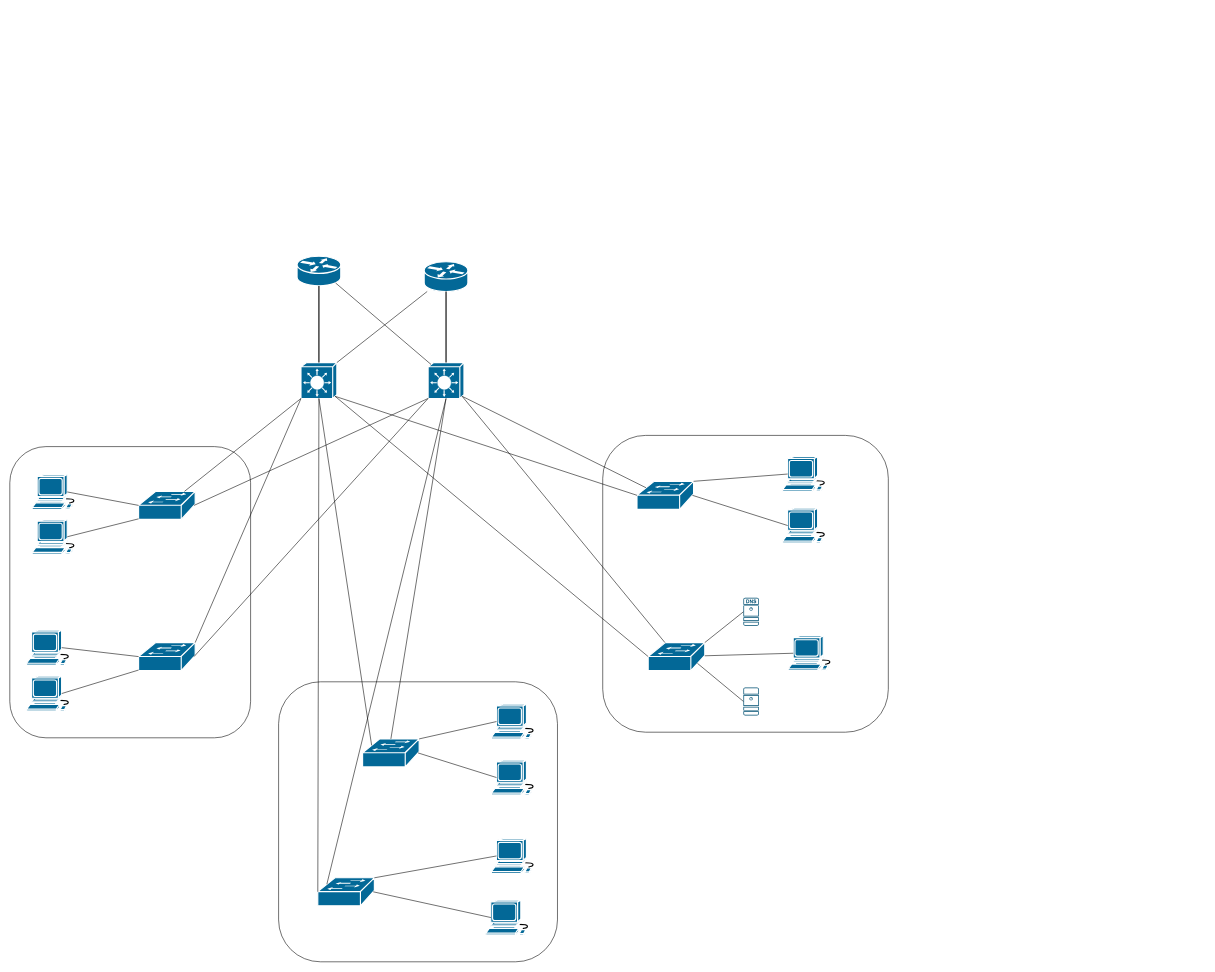
fueller-max/drawio keeps this draw.io diagram as FinalProjectNetwork.drawio. Above is the earlier version. Source tidied: cells renumbered, new cells numbered last; positions are measured from the earlier drawing's top-left corner, leaving out a move shared by most shapes. Both pictures are drawn from the tidied source at 56%, with x=0, y=0 at pixel (10, 256).
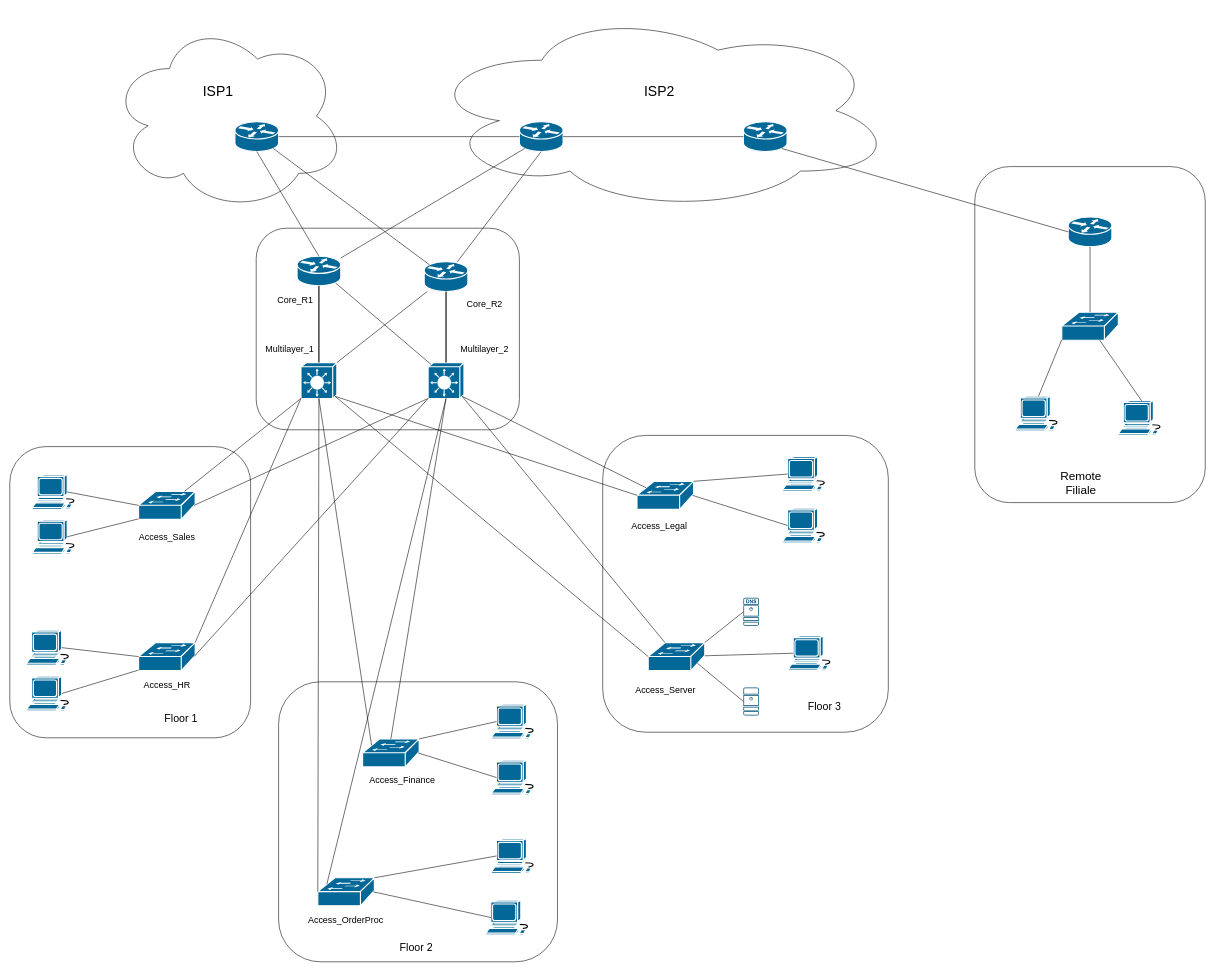
The same page after the edit.

The change refers to these unchanged cells:
```xml
<mxCell id="5" style="shape=mxgraph.cisco.routers.router;sketch=0;html=1;dashed=0;fillColor=#036897;strokeColor=#ffffff;strokeWidth=2;verticalLabelPosition=bottom;verticalAlign=top;align=center;outlineConnect=0;" parent="1" vertex="1">
  <mxGeometry x="513" width="78" height="53" as="geometry" />
</mxCell>
<mxCell id="6" style="shape=mxgraph.cisco.routers.router;sketch=0;html=1;dashed=0;fillColor=#036897;strokeColor=#ffffff;strokeWidth=2;verticalLabelPosition=bottom;verticalAlign=top;align=center;outlineConnect=0;" parent="1" vertex="1">
  <mxGeometry x="740" y="10" width="78" height="53" as="geometry" />
</mxCell>
```

Change to the diagram source:
```diff
@@
+    <mxCell id="57" style="rounded=1;whiteSpace=wrap;html=1;" parent="1" vertex="1">
+      <mxGeometry x="440" y="-50" width="470" height="360" as="geometry" />
+    </mxCell>
+    <mxCell id="58" style="rounded=1;whiteSpace=wrap;html=1;" parent="1" vertex="1">
+      <mxGeometry x="1723.2" y="-160" width="411.5" height="600" as="geometry" />
+    </mxCell>
+    <mxCell id="59" style="ellipse;shape=cloud;whiteSpace=wrap;html=1;" parent="1" vertex="1">
+      <mxGeometry x="740" y="-440" width="840" height="360" as="geometry" />
+    </mxCell>
+    <mxCell id="60" style="ellipse;shape=cloud;whiteSpace=wrap;html=1;" parent="1" vertex="1">
+      <mxGeometry x="180" y="-420" width="420" height="340" as="geometry" />
+    </mxCell>
@@
+    <mxCell id="61" style="shape=mxgraph.cisco.routers.router;sketch=0;html=1;dashed=0;fillColor=#036897;strokeColor=#ffffff;strokeWidth=2;verticalLabelPosition=bottom;verticalAlign=top;align=center;outlineConnect=0;" parent="1" vertex="1">
+      <mxGeometry x="1890" y="-70" width="78" height="53" as="geometry" />
+    </mxCell>
+    <mxCell id="62" style="shape=mxgraph.cisco.switches.workgroup_switch;sketch=0;html=1;dashed=0;fillColor=#036897;strokeColor=#ffffff;strokeWidth=2;verticalLabelPosition=bottom;verticalAlign=top;align=center;outlineConnect=0;" parent="1" vertex="1">
+      <mxGeometry x="1878.5" y="100" width="101" height="50" as="geometry" />
+    </mxCell>
+    <mxCell id="63" style="shape=mxgraph.cisco.computers_and_peripherals.workstation;sketch=0;html=1;dashed=0;fillColor=#036897;strokeColor=#ffffff;strokeWidth=2;verticalLabelPosition=bottom;verticalAlign=top;align=center;outlineConnect=0;" parent="1" vertex="1">
+      <mxGeometry x="1795.5" y="250" width="83" height="62" as="geometry" />
+    </mxCell>
+    <mxCell id="64" style="shape=mxgraph.cisco.computers_and_peripherals.workstation;sketch=0;html=1;dashed=0;fillColor=#036897;strokeColor=#ffffff;strokeWidth=2;verticalLabelPosition=bottom;verticalAlign=top;align=center;outlineConnect=0;" parent="1" vertex="1">
+      <mxGeometry x="1979.5" y="258" width="83" height="62" as="geometry" />
+    </mxCell>
+    <mxCell id="65" style="shape=mxgraph.cisco.routers.router;sketch=0;html=1;dashed=0;fillColor=#036897;strokeColor=#ffffff;strokeWidth=2;verticalLabelPosition=bottom;verticalAlign=top;align=center;outlineConnect=0;" parent="1" vertex="1">
+      <mxGeometry x="402" y="-240" width="78" height="53" as="geometry" />
+    </mxCell>
+    <mxCell id="66" style="shape=mxgraph.cisco.routers.router;sketch=0;html=1;dashed=0;fillColor=#036897;strokeColor=#ffffff;strokeWidth=2;verticalLabelPosition=bottom;verticalAlign=top;align=center;outlineConnect=0;" parent="1" vertex="1">
+      <mxGeometry x="910" y="-240" width="78" height="53" as="geometry" />
+    </mxCell>
+    <mxCell id="67" style="shape=mxgraph.cisco.routers.router;sketch=0;html=1;dashed=0;fillColor=#036897;strokeColor=#ffffff;strokeWidth=2;verticalLabelPosition=bottom;verticalAlign=top;align=center;outlineConnect=0;" parent="1" vertex="1">
+      <mxGeometry x="1310" y="-240" width="78" height="53" as="geometry" />
+    </mxCell>
+    <mxCell id="68" style="endArrow=none;html=1;rounded=0;entryX=0;entryY=0.5;entryDx=0;entryDy=0;entryPerimeter=0;exitX=1;exitY=0.5;exitDx=0;exitDy=0;exitPerimeter=0;" parent="1" edge="1" source="66" target="67">
+      <mxGeometry relative="1" as="geometry" />
+    </mxCell>
+    <mxCell id="69" style="endArrow=none;html=1;rounded=0;entryX=0.88;entryY=0.9;entryDx=0;entryDy=0;entryPerimeter=0;exitX=0;exitY=0.5;exitDx=0;exitDy=0;exitPerimeter=0;" parent="1" edge="1" source="61" target="67">
+      <mxGeometry relative="1" as="geometry" />
+    </mxCell>
+    <mxCell id="70" style="endArrow=none;html=1;rounded=0;entryX=0.5;entryY=1;entryDx=0;entryDy=0;entryPerimeter=0;" parent="1" edge="1" source="6" target="66">
+      <mxGeometry relative="1" as="geometry" />
+    </mxCell>
+    <mxCell id="71" style="endArrow=none;html=1;rounded=0;entryX=0.12;entryY=0.9;entryDx=0;entryDy=0;entryPerimeter=0;" parent="1" edge="1" source="5" target="66">
+      <mxGeometry relative="1" as="geometry" />
+    </mxCell>
+    <mxCell id="72" style="endArrow=none;html=1;rounded=0;entryX=0.88;entryY=0.9;entryDx=0;entryDy=0;entryPerimeter=0;exitX=0.12;exitY=0.1;exitDx=0;exitDy=0;exitPerimeter=0;" parent="1" edge="1" source="6" target="65">
+      <mxGeometry relative="1" as="geometry" />
+    </mxCell>
+    <mxCell id="73" style="endArrow=none;html=1;rounded=0;entryX=0.5;entryY=1;entryDx=0;entryDy=0;entryPerimeter=0;exitX=0.5;exitY=0;exitDx=0;exitDy=0;exitPerimeter=0;" parent="1" edge="1" source="5" target="65">
+      <mxGeometry relative="1" as="geometry" />
+    </mxCell>
+    <mxCell id="74" style="endArrow=none;html=1;rounded=0;entryX=0;entryY=0.5;entryDx=0;entryDy=0;entryPerimeter=0;exitX=1;exitY=0.5;exitDx=0;exitDy=0;exitPerimeter=0;" parent="1" edge="1" source="65" target="66">
+      <mxGeometry relative="1" as="geometry" />
+    </mxCell>
+    <mxCell id="75" value="&lt;font style=&quot;font-size: 25px;&quot;&gt;ISP1&lt;/font&gt;" style="text;html=1;align=center;verticalAlign=middle;whiteSpace=wrap;rounded=0;" parent="1" vertex="1">
+      <mxGeometry x="342" y="-310" width="60" height="30" as="geometry" />
+    </mxCell>
+    <mxCell id="76" value="&lt;font style=&quot;font-size: 25px;&quot;&gt;ISP2&lt;/font&gt;" style="text;html=1;align=center;verticalAlign=middle;whiteSpace=wrap;rounded=0;" parent="1" vertex="1">
+      <mxGeometry x="1130" y="-310" width="60" height="30" as="geometry" />
+    </mxCell>
+    <mxCell id="77" style="endArrow=none;html=1;rounded=0;entryX=0.5;entryY=1;entryDx=0;entryDy=0;entryPerimeter=0;exitX=0.5;exitY=0;exitDx=0;exitDy=0;exitPerimeter=0;" parent="1" edge="1" source="62" target="61">
+      <mxGeometry relative="1" as="geometry" />
+    </mxCell>
+    <mxCell id="78" style="endArrow=none;html=1;rounded=0;entryX=0;entryY=0.98;entryDx=0;entryDy=0;entryPerimeter=0;exitX=0.5;exitY=0;exitDx=0;exitDy=0;exitPerimeter=0;" parent="1" edge="1" source="63" target="62">
+      <mxGeometry relative="1" as="geometry" />
+    </mxCell>
+    <mxCell id="79" style="endArrow=none;html=1;rounded=0;exitX=0.5;exitY=0;exitDx=0;exitDy=0;exitPerimeter=0;" parent="1" edge="1" source="64" target="62">
+      <mxGeometry relative="1" as="geometry" />
+    </mxCell>
+    <mxCell id="80" value="&lt;font style=&quot;font-size: 16px;&quot;&gt;Core_R1&lt;/font&gt;" style="text;html=1;align=center;verticalAlign=middle;whiteSpace=wrap;rounded=0;strokeWidth=6;" parent="1" vertex="1">
+      <mxGeometry x="480" y="63" width="60" height="30" as="geometry" />
+    </mxCell>
+    <mxCell id="81" value="&lt;font style=&quot;font-size: 16px;&quot;&gt;Core_R2&lt;/font&gt;" style="text;html=1;align=center;verticalAlign=middle;whiteSpace=wrap;rounded=0;strokeWidth=6;" parent="1" vertex="1">
+      <mxGeometry x="818" y="70" width="60" height="30" as="geometry" />
+    </mxCell>
+    <mxCell id="82" value="&lt;span style=&quot;font-size: 16px;&quot;&gt;Multilayer_1&lt;/span&gt;" style="text;html=1;align=center;verticalAlign=middle;whiteSpace=wrap;rounded=0;strokeWidth=6;" parent="1" vertex="1">
+      <mxGeometry x="470" y="150" width="60" height="30" as="geometry" />
+    </mxCell>
+    <mxCell id="83" value="&lt;span style=&quot;font-size: 16px;&quot;&gt;Multilayer_2&lt;/span&gt;" style="text;html=1;align=center;verticalAlign=middle;whiteSpace=wrap;rounded=0;strokeWidth=6;" parent="1" vertex="1">
+      <mxGeometry x="818" y="150" width="60" height="30" as="geometry" />
+    </mxCell>
+    <mxCell id="84" value="&lt;font style=&quot;font-size: 16px;&quot;&gt;Access_Sales&lt;/font&gt;" style="text;html=1;align=center;verticalAlign=middle;whiteSpace=wrap;rounded=0;" parent="1" vertex="1">
+      <mxGeometry x="250.5" y="486" width="60" height="30" as="geometry" />
+    </mxCell>
+    <mxCell id="85" value="&lt;font style=&quot;font-size: 16px;&quot;&gt;Access_HR&lt;/font&gt;" style="text;html=1;align=center;verticalAlign=middle;whiteSpace=wrap;rounded=0;" parent="1" vertex="1">
+      <mxGeometry x="250.5" y="750" width="60" height="30" as="geometry" />
+    </mxCell>
+    <mxCell id="86" value="&lt;font style=&quot;font-size: 16px;&quot;&gt;Access_Finance&lt;/font&gt;" style="text;html=1;align=center;verticalAlign=middle;whiteSpace=wrap;rounded=0;" parent="1" vertex="1">
+      <mxGeometry x="671" y="920" width="60" height="30" as="geometry" />
+    </mxCell>
+    <mxCell id="87" value="&lt;font style=&quot;font-size: 16px;&quot;&gt;Access_OrderProc&lt;/font&gt;" style="text;html=1;align=center;verticalAlign=middle;whiteSpace=wrap;rounded=0;" parent="1" vertex="1">
+      <mxGeometry x="570" y="1170" width="60" height="30" as="geometry" />
+    </mxCell>
+    <mxCell id="88" value="&lt;font style=&quot;font-size: 16px;&quot;&gt;Access_Legal&lt;/font&gt;" style="text;html=1;align=center;verticalAlign=middle;whiteSpace=wrap;rounded=0;" parent="1" vertex="1">
+      <mxGeometry x="1130" y="466" width="60" height="30" as="geometry" />
+    </mxCell>
+    <mxCell id="89" value="&lt;font style=&quot;font-size: 16px;&quot;&gt;Access_Server&lt;/font&gt;" style="text;html=1;align=center;verticalAlign=middle;whiteSpace=wrap;rounded=0;" parent="1" vertex="1">
+      <mxGeometry x="1140.5" y="760" width="60" height="30" as="geometry" />
+    </mxCell>
+    <mxCell id="90" value="&lt;font style=&quot;font-size: 19px;&quot;&gt;Floor 2&lt;/font&gt;" style="text;html=1;align=center;verticalAlign=middle;whiteSpace=wrap;rounded=0;" parent="1" vertex="1">
+      <mxGeometry x="671" y="1220" width="110" height="30" as="geometry" />
+    </mxCell>
+    <mxCell id="91" value="&lt;font style=&quot;font-size: 19px;&quot;&gt;Floor 1&lt;/font&gt;" style="text;html=1;align=center;verticalAlign=middle;whiteSpace=wrap;rounded=0;" parent="1" vertex="1">
+      <mxGeometry x="250.5" y="812" width="110" height="30" as="geometry" />
+    </mxCell>
+    <mxCell id="92" value="&lt;font style=&quot;font-size: 19px;&quot;&gt;Floor 3&lt;/font&gt;" style="text;html=1;align=center;verticalAlign=middle;whiteSpace=wrap;rounded=0;" parent="1" vertex="1">
+      <mxGeometry x="1400" y="790" width="110" height="30" as="geometry" />
+    </mxCell>
+    <mxCell id="93" value="&lt;font style=&quot;font-size: 21px;&quot;&gt;Remote Filiale&lt;/font&gt;" style="text;html=1;align=center;verticalAlign=middle;whiteSpace=wrap;rounded=0;" parent="1" vertex="1">
+      <mxGeometry x="1858" y="390" width="110" height="30" as="geometry" />
+    </mxCell>
```
